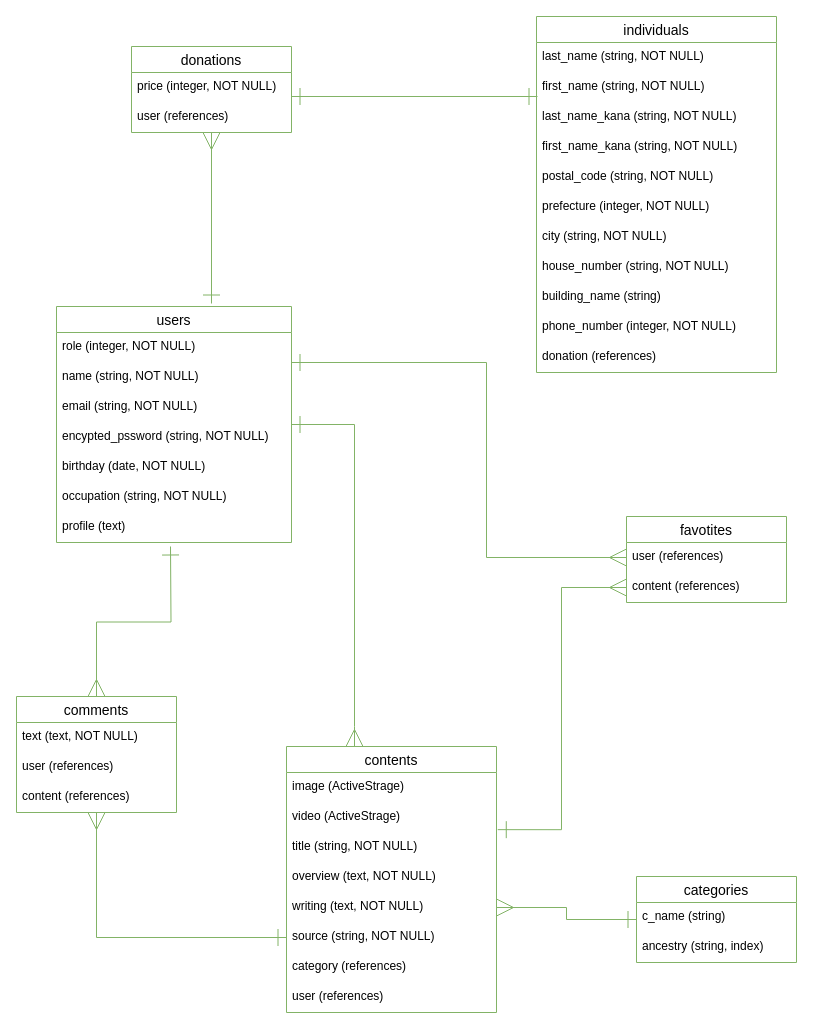
Earlier version of the draw.io diagram ER.dio (Mizuki-hhh/future-55). Source tidied: cells renumbered, new cells numbered last; positions are measured from the earlier drawing's top-left corner, leaving out a move shared by most shapes. Both pictures are drawn from the tidied source at 100%, with x=0, y=0 at pixel (16, 16).
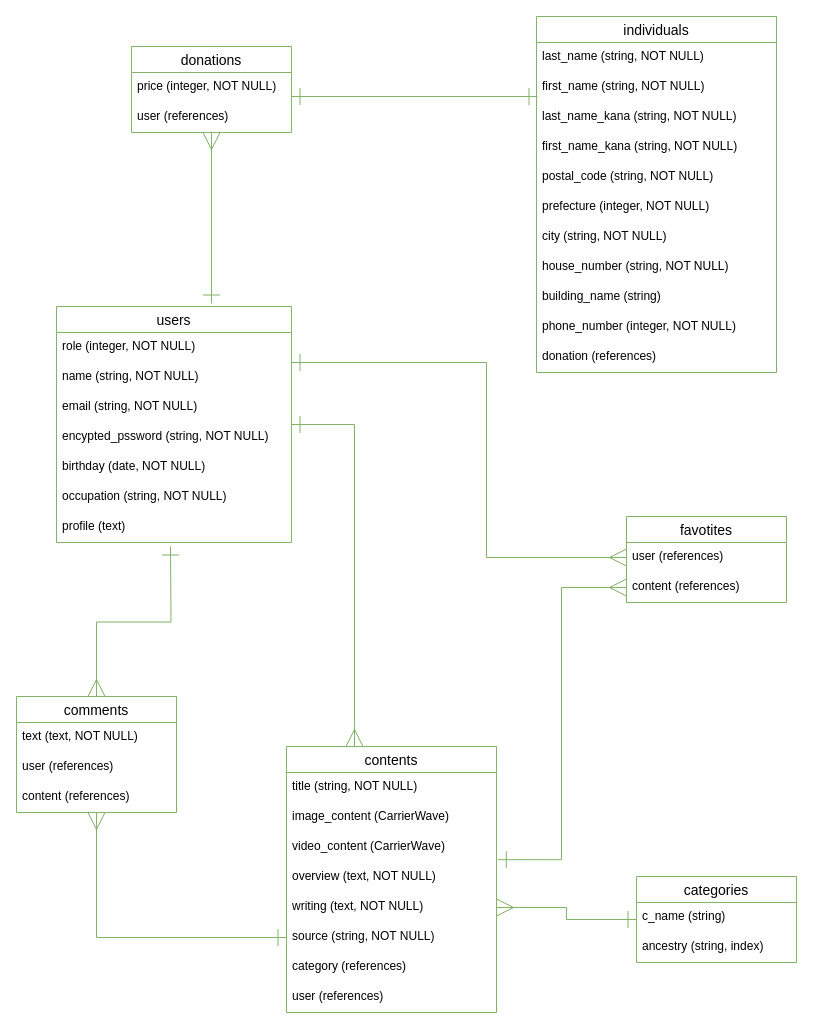
The same page after the edit.

The change refers to these unchanged cells:
```xml
<mxCell id="13" value="contents" style="swimlane;fontStyle=0;horizontal=1;startSize=26;align=center;fontSize=14;strokeColor=#82b366;fillColor=none;" parent="1" vertex="1">
  <mxGeometry x="270" y="730" width="210" height="266" as="geometry" />
</mxCell>
```

Change to the diagram source:
```diff
@@
+    <mxCell id="16" value="title (string, NOT NULL)" style="text;strokeColor=none;fillColor=none;spacingLeft=4;spacingRight=4;overflow=hidden;fontSize=12;" parent="13" vertex="1">
+      <mxGeometry y="26" width="210" height="30" as="geometry" />
+    </mxCell>
-    <mxCell id="14" value="image (ActiveStrage)" style="text;strokeColor=none;fillColor=none;spacingLeft=4;spacingRight=4;overflow=hidden;fontSize=12;" parent="13" vertex="1">
-      <mxGeometry y="26" width="210" height="30" as="geometry" />
+    <mxCell id="14" value="image_content (CarrierWave)" style="text;strokeColor=none;fillColor=none;spacingLeft=4;spacingRight=4;overflow=hidden;fontSize=12;" parent="13" vertex="1">
+      <mxGeometry y="56" width="210" height="30" as="geometry" />
     </mxCell>
-    <mxCell id="15" value="video (ActiveStrage)" style="text;strokeColor=none;fillColor=none;spacingLeft=4;spacingRight=4;overflow=hidden;points=[[0,0.5],[1,0.5]];portConstraint=eastwest;fontSize=12;" parent="13" vertex="1">
-      <mxGeometry y="56" width="210" height="30" as="geometry" />
+    <mxCell id="15" value="video_content (CarrierWave)" style="text;strokeColor=none;fillColor=none;spacingLeft=4;spacingRight=4;overflow=hidden;points=[[0,0.5],[1,0.5]];portConstraint=eastwest;fontSize=12;" parent="13" vertex="1">
+      <mxGeometry y="86" width="210" height="30" as="geometry" />
     </mxCell>
-    <mxCell id="16" value="title (string, NOT NULL)" style="text;strokeColor=none;fillColor=none;spacingLeft=4;spacingRight=4;overflow=hidden;fontSize=12;" parent="13" vertex="1">
-      <mxGeometry y="86" width="210" height="30" as="geometry" />
-    </mxCell>
```
